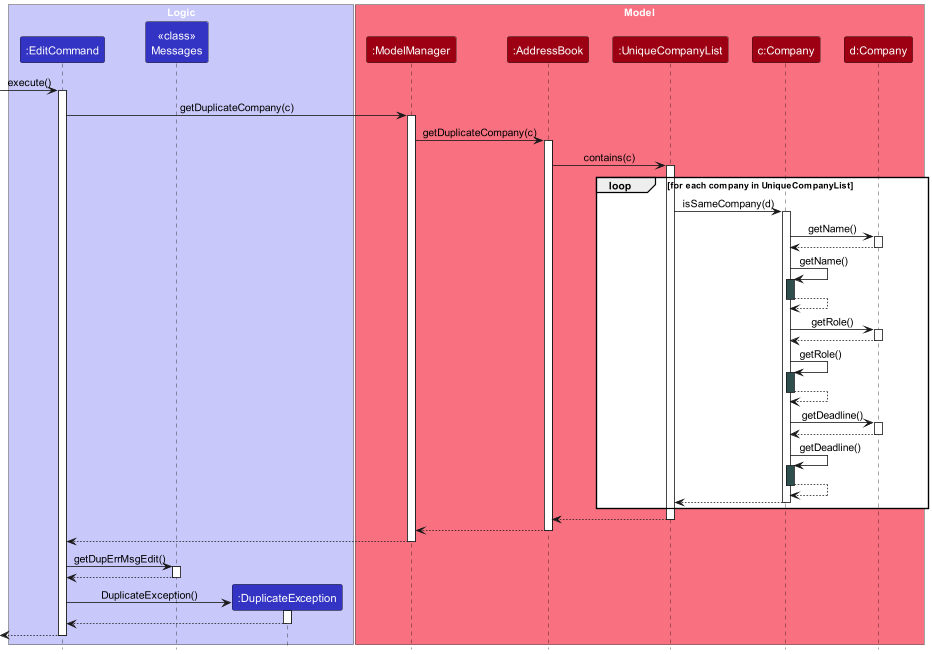
The PlantUML diagram docs/images/duplicate-detection/edit-command/DuplicateSequenceDiagram.png in tayruxin/tp, before a commit. The source it was exported from:
```plantuml
@startuml
!include style.puml
skinparam ArrowFontStyle plain

box "Logic" LOGIC_COLOR_T1
participant ":EditCommand" as EditCommand LOGIC_COLOR
participant "<<class>>\nMessages" as Messages LOGIC_COLOR
participant ":DuplicateException" as DuplicateException LOGIC_COLOR
end box

box "Model" MODEL_COLOR_T1
participant ":ModelManager" as ModelManager MODEL_COLOR
participant ":AddressBook" as AddressBook MODEL_COLOR
participant ":UniqueCompanyList" as UniqueCompanyList MODEL_COLOR
participant "c:Company" as CompanyC MODEL_COLOR
participant "d:Company" as CompanyD MODEL_COLOR
end box

[-> EditCommand : execute()
activate EditCommand

EditCommand -> ModelManager : getDuplicateCompany(c)
activate ModelManager

ModelManager -> AddressBook : getDuplicateCompany(c)
activate AddressBook

AddressBook -> UniqueCompanyList : contains(c)
activate UniqueCompanyList

loop for each company in UniqueCompanyList
    UniqueCompanyList -> CompanyC : isSameCompany(d)
    activate CompanyC
    CompanyC -> CompanyD : getName()
    activate CompanyD
    CompanyD --> CompanyC
    deactivate CompanyD

    CompanyC -> CompanyC : getName()
    activate CompanyC #DarkSlateGray
    CompanyC --> CompanyC
    deactivate CompanyC #DarkSlateGray

    CompanyC -> CompanyD : getRole()
    activate CompanyD
    CompanyD --> CompanyC
    deactivate CompanyD

    CompanyC -> CompanyC : getRole()
    activate CompanyC #DarkSlateGray
    CompanyC --> CompanyC
    deactivate CompanyC #DarkSlateGray

    CompanyC -> CompanyD : getDeadline()
    activate CompanyD
    CompanyD --> CompanyC
    deactivate CompanyD

    CompanyC -> CompanyC : getDeadline()
    activate CompanyC #DarkSlateGray
    CompanyC --> CompanyC
    deactivate CompanyC #DarkSlateGray

    CompanyC --> UniqueCompanyList
    deactivate CompanyC
end

UniqueCompanyList --> AddressBook
deactivate UniqueCompanyList

AddressBook --> ModelManager
deactivate AddressBook

ModelManager --> EditCommand
deactivate ModelManager

EditCommand -> Messages : getDupErrMsgEdit()
activate Messages

Messages --> EditCommand
deactivate Messages

create DuplicateException
EditCommand -> DuplicateException : DuplicateException()
activate DuplicateException
DuplicateException --> EditCommand
deactivate DuplicateException

EditCommand -->[
deactivate EditCommand

@enduml
```
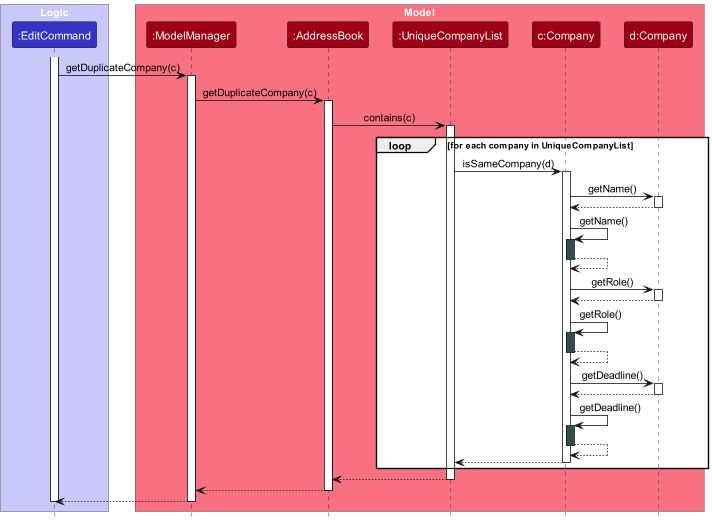
After the commit.

Diff of the diagram source:
```diff
@@ -4,8 +4,6 @@
 
 box "Logic" LOGIC_COLOR_T1
 participant ":EditCommand" as EditCommand LOGIC_COLOR
-participant "<<class>>\nMessages" as Messages LOGIC_COLOR
-participant ":DuplicateException" as DuplicateException LOGIC_COLOR
 end box
 
 box "Model" MODEL_COLOR_T1
@@ -16,7 +14,6 @@
 participant "d:Company" as CompanyD MODEL_COLOR
 end box
 
-[-> EditCommand : execute()
 activate EditCommand
 
 EditCommand -> ModelManager : getDuplicateCompany(c)
@@ -74,19 +71,6 @@
 ModelManager --> EditCommand
 deactivate ModelManager
 
-EditCommand -> Messages : getDupErrMsgEdit()
-activate Messages
-
-Messages --> EditCommand
-deactivate Messages
-
-create DuplicateException
-EditCommand -> DuplicateException : DuplicateException()
-activate DuplicateException
-DuplicateException --> EditCommand
-deactivate DuplicateException
-
-EditCommand -->[
 deactivate EditCommand
 
 @enduml
```
